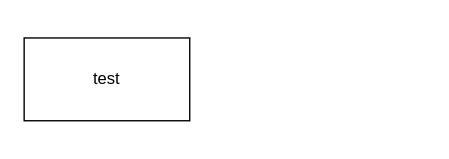
Above: test.drawio in RickCogley/bliss-test (draw.io), before the change. Source tidied: cells renumbered, new cells numbered last; positions are measured from the earlier drawing's top-left corner, leaving out a move shared by most shapes. Both pictures are drawn from the tidied source at 138%, with x=0, y=0 at pixel (23, 37).
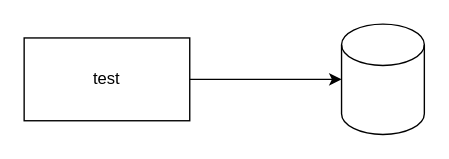
The same page after the edit.

Diff of the diagram source:
```diff
@@
 <mxGraphModel>
   <root>
     <mxCell id="0" />
     <mxCell id="1" parent="0" />
+    <mxCell id="3" style="edgeStyle=orthogonalEdgeStyle;rounded=0;jettySize=auto;html=1;" parent="1" edge="1" source="2" target="4">
+      <mxGeometry relative="1" as="geometry" />
+    </mxCell>
     <mxCell id="2" value="test" style="rounded=0;whiteSpace=wrap;html=1;" parent="1" vertex="1">
       <mxGeometry width="120" height="60" as="geometry" />
     </mxCell>
+    <mxCell id="4" style="shape=cylinder3;whiteSpace=wrap;html=1;boundedLbl=1;backgroundOutline=1;size=15;" parent="1" vertex="1">
+      <mxGeometry x="230" y="-10" width="60" height="80" as="geometry" />
+    </mxCell>
   </root>
 </mxGraphModel>
```
